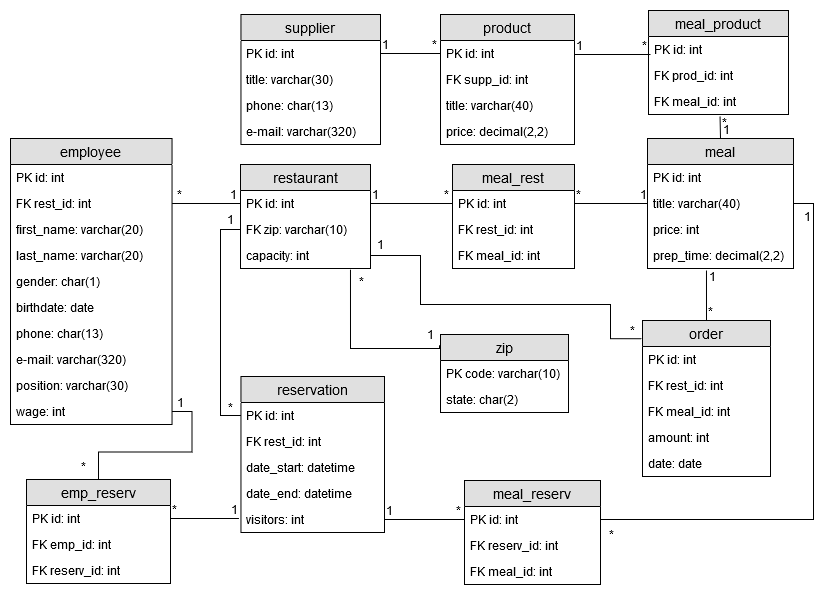
Before: img/Physical Diagram.png, a diagram exported from draw.io (olesiamelnychyn/Project-DBS). Source tidied: cells renumbered, new cells last; positions are measured from the earlier drawing's top-left corner, leaving out a move shared by most shapes.
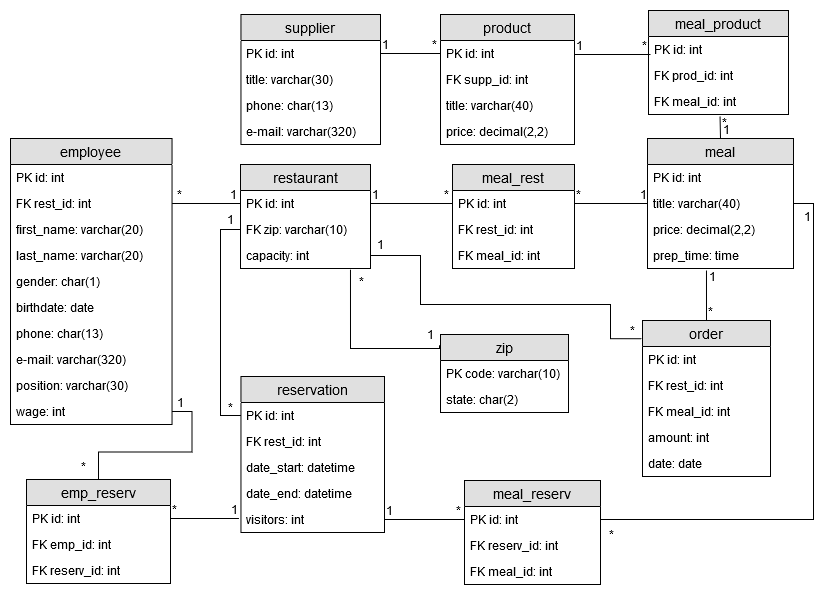
The same diagram one commit later.

What changed in the source:
```diff
@@ -351,10 +351,10 @@
     <mxCell id="103" value="title: varchar(40)" style="text;strokeColor=none;fillColor=none;spacingLeft=4;spacingRight=4;overflow=hidden;points=[[0,0.5],[1,0.5]];portConstraint=eastwest;fontSize=12;" parent="101" vertex="1">
       <mxGeometry y="52" width="146" height="26" as="geometry" />
     </mxCell>
-    <mxCell id="104" value="price: int" style="text;strokeColor=none;fillColor=none;spacingLeft=4;spacingRight=4;overflow=hidden;fontSize=12;" parent="101" vertex="1">
+    <mxCell id="104" value="price: decimal(2,2)" style="text;strokeColor=none;fillColor=none;spacingLeft=4;spacingRight=4;overflow=hidden;fontSize=12;" parent="101" vertex="1">
       <mxGeometry y="78" width="146" height="26" as="geometry" />
     </mxCell>
-    <mxCell id="105" value="prep_time: decimal(2,2)" style="text;strokeColor=none;fillColor=none;spacingLeft=4;spacingRight=4;overflow=hidden;points=[[0,0.5],[1,0.5]];portConstraint=eastwest;fontSize=12;" parent="101" vertex="1">
+    <mxCell id="105" value="prep_time: time" style="text;strokeColor=none;fillColor=none;spacingLeft=4;spacingRight=4;overflow=hidden;points=[[0,0.5],[1,0.5]];portConstraint=eastwest;fontSize=12;" parent="101" vertex="1">
       <mxGeometry y="104" width="146" height="26" as="geometry" />
     </mxCell>
   </root>
```
